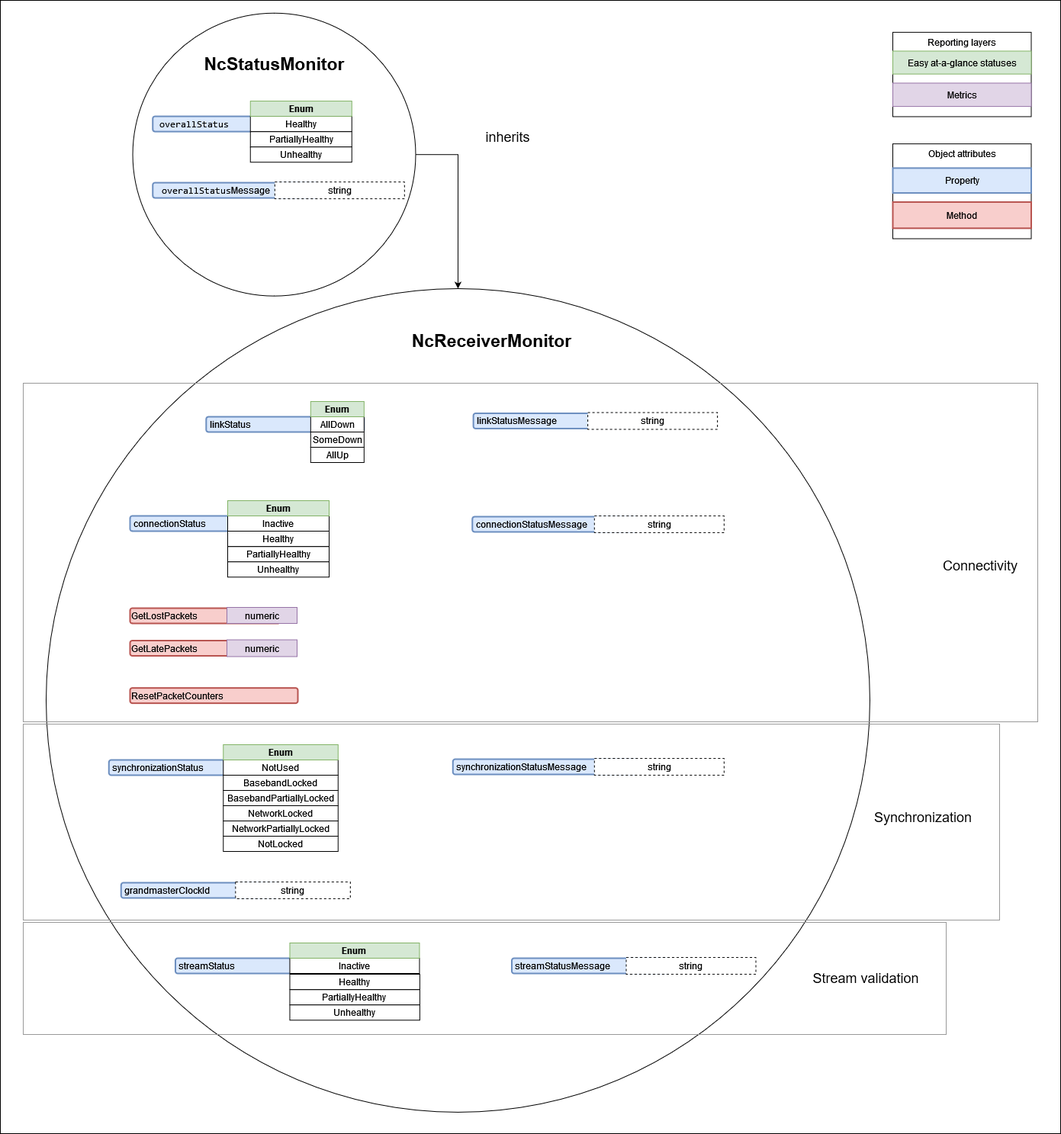
Earlier version of the draw.io export docs/images/receiver-model-minimal.png (AMWA-TV/bcp-008-01). Source tidied: cells renumbered, new cells last; positions are measured from the earlier drawing's top-left corner, leaving out a move shared by most shapes. The source it was exported from:
```xml
<mxGraphModel>
  <root>
    <mxCell id="0" />
    <mxCell id="1" parent="0" />
    <mxCell id="2" style="rounded=0;whiteSpace=wrap;html=1;" parent="1" vertex="1">
      <mxGeometry width="1390" height="1486" as="geometry" />
    </mxCell>
    <mxCell id="3" value="Reporting layers" style="rounded=0;whiteSpace=wrap;html=1;horizontal=1;verticalAlign=top;" parent="1" vertex="1">
      <mxGeometry x="1170" y="41.8" width="181.5" height="110.6" as="geometry" />
    </mxCell>
    <mxCell id="4" value="Easy at-a-glance statuses" style="rounded=0;whiteSpace=wrap;html=1;fillColor=#d5e8d4;strokeColor=#82b366;" parent="1" vertex="1">
      <mxGeometry x="1170" y="66.5" width="181.5" height="30.1" as="geometry" />
    </mxCell>
    <mxCell id="5" value="Metrics" style="rounded=0;whiteSpace=wrap;html=1;fillColor=#e1d5e7;strokeColor=#9673a6;" parent="1" vertex="1">
      <mxGeometry x="1170" y="108.5" width="181.5" height="30.6" as="geometry" />
    </mxCell>
    <mxCell id="6" value="Object attributes" style="rounded=0;whiteSpace=wrap;html=1;horizontal=1;verticalAlign=top;" parent="1" vertex="1">
      <mxGeometry x="1170" y="188.1" width="181.5" height="124.4" as="geometry" />
    </mxCell>
    <mxCell id="7" value="Property" style="rounded=0;whiteSpace=wrap;html=1;fillColor=#dae8fc;strokeColor=#6c8ebf;align=center;strokeWidth=2;" parent="1" vertex="1">
      <mxGeometry x="1170" y="219.9" width="181.5" height="32.6" as="geometry" />
    </mxCell>
    <mxCell id="8" value="Method" style="rounded=0;whiteSpace=wrap;html=1;fillColor=#f8cecc;strokeColor=#b85450;align=center;strokeWidth=2;" parent="1" vertex="1">
      <mxGeometry x="1170" y="264.5" width="181.5" height="34.4" as="geometry" />
    </mxCell>
    <mxCell id="9" style="ellipse;whiteSpace=wrap;html=1;" parent="1" vertex="1">
      <mxGeometry x="60" y="378" width="1079.9" height="1079.9" as="geometry" />
    </mxCell>
    <mxCell id="10" value="NcReceiverMonitor" style="text;html=1;strokeColor=none;fillColor=none;align=center;verticalAlign=middle;whiteSpace=wrap;rounded=0;strokeWidth=1;fontSize=23;fontStyle=1;" parent="1" vertex="1">
      <mxGeometry x="532.2" y="431.1" width="225.5" height="30" as="geometry" />
    </mxCell>
    <mxCell id="11" value="&amp;nbsp;linkStatus" style="rounded=1;whiteSpace=wrap;html=1;align=left;fillColor=#dae8fc;strokeColor=#6c8ebf;strokeWidth=2;" parent="1" vertex="1">
      <mxGeometry x="269.8" y="546" width="207" height="20" as="geometry" />
    </mxCell>
    <mxCell id="12" value="AllUp" style="rounded=0;whiteSpace=wrap;html=1;" parent="1" vertex="1">
      <mxGeometry x="406.8" y="586" width="70" height="20" as="geometry" />
    </mxCell>
    <mxCell id="13" value="AllDown" style="rounded=0;whiteSpace=wrap;html=1;" parent="1" vertex="1">
      <mxGeometry x="406.8" y="546" width="70" height="20" as="geometry" />
    </mxCell>
    <mxCell id="14" value="SomeDown" style="rounded=0;whiteSpace=wrap;html=1;" parent="1" vertex="1">
      <mxGeometry x="406.8" y="566" width="70" height="20" as="geometry" />
    </mxCell>
    <mxCell id="15" value="Enum" style="rounded=0;whiteSpace=wrap;html=1;fillColor=#d5e8d4;strokeColor=#82b366;fontStyle=1;" parent="1" vertex="1">
      <mxGeometry x="406.8" y="526" width="70" height="20" as="geometry" />
    </mxCell>
    <mxCell id="16" value="&amp;nbsp;connectionStatus" style="rounded=1;whiteSpace=wrap;html=1;align=left;fillColor=#dae8fc;strokeColor=#6c8ebf;strokeWidth=2;" parent="1" vertex="1">
      <mxGeometry x="170" y="676" width="198" height="20" as="geometry" />
    </mxCell>
    <mxCell id="17" value="Inactive" style="rounded=0;whiteSpace=wrap;html=1;" parent="1" vertex="1">
      <mxGeometry x="298" y="676" width="133" height="20" as="geometry" />
    </mxCell>
    <mxCell id="18" value="Healthy" style="rounded=0;whiteSpace=wrap;html=1;" parent="1" vertex="1">
      <mxGeometry x="298" y="696" width="133" height="20" as="geometry" />
    </mxCell>
    <mxCell id="19" value="Enum" style="rounded=0;whiteSpace=wrap;html=1;fillColor=#d5e8d4;strokeColor=#82b366;fontStyle=1;" parent="1" vertex="1">
      <mxGeometry x="298" y="656" width="133" height="20" as="geometry" />
    </mxCell>
    <mxCell id="20" value="PartiallyHealthy" style="rounded=0;whiteSpace=wrap;html=1;" parent="1" vertex="1">
      <mxGeometry x="298" y="716.2" width="133" height="20" as="geometry" />
    </mxCell>
    <mxCell id="21" value="Unhealthy" style="rounded=0;whiteSpace=wrap;html=1;" parent="1" vertex="1">
      <mxGeometry x="298" y="736.2" width="133" height="20" as="geometry" />
    </mxCell>
    <mxCell id="22" value="GetLostPackets" style="rounded=1;whiteSpace=wrap;html=1;align=left;fillColor=#f8cecc;strokeColor=#b85450;strokeWidth=2;" parent="1" vertex="1">
      <mxGeometry x="170" y="797" width="197" height="20" as="geometry" />
    </mxCell>
    <mxCell id="23" value="numeric" style="rounded=0;whiteSpace=wrap;html=1;fillColor=#e1d5e7;strokeColor=#9673a6;" parent="1" vertex="1">
      <mxGeometry x="297" y="796" width="92" height="21" as="geometry" />
    </mxCell>
    <mxCell id="24" value="GetLatePackets" style="rounded=1;whiteSpace=wrap;html=1;align=left;fillColor=#f8cecc;strokeColor=#b85450;strokeWidth=2;" parent="1" vertex="1">
      <mxGeometry x="170" y="839.5" width="197" height="20" as="geometry" />
    </mxCell>
    <mxCell id="25" value="numeric" style="rounded=0;whiteSpace=wrap;html=1;fillColor=#e1d5e7;strokeColor=#9673a6;" parent="1" vertex="1">
      <mxGeometry x="297" y="838.5" width="92" height="22" as="geometry" />
    </mxCell>
    <mxCell id="26" value="ResetPacketCounters" style="rounded=1;whiteSpace=wrap;html=1;align=left;fillColor=#f8cecc;strokeColor=#b85450;strokeWidth=2;" parent="1" vertex="1">
      <mxGeometry x="170" y="901.6" width="220" height="20" as="geometry" />
    </mxCell>
    <mxCell id="27" value="&amp;nbsp;streamStatus" style="rounded=1;whiteSpace=wrap;html=1;align=left;fillColor=#dae8fc;strokeColor=#6c8ebf;strokeWidth=2;" parent="1" vertex="1">
      <mxGeometry x="229.5" y="1256" width="207.5" height="20" as="geometry" />
    </mxCell>
    <mxCell id="28" value="Inactive" style="rounded=0;whiteSpace=wrap;html=1;" parent="1" vertex="1">
      <mxGeometry x="379.5" y="1256" width="170" height="20" as="geometry" />
    </mxCell>
    <mxCell id="29" value="Enum" style="rounded=0;whiteSpace=wrap;html=1;fillColor=#d5e8d4;strokeColor=#82b366;fontStyle=1;" parent="1" vertex="1">
      <mxGeometry x="379.5" y="1236" width="170" height="20" as="geometry" />
    </mxCell>
    <mxCell id="30" value="&amp;nbsp;streamStatusMessage" style="rounded=1;whiteSpace=wrap;html=1;align=left;fillColor=#dae8fc;strokeColor=#6c8ebf;strokeWidth=2;" parent="1" vertex="1">
      <mxGeometry x="670.5" y="1256" width="207.5" height="20" as="geometry" />
    </mxCell>
    <mxCell id="31" value="string" style="rounded=0;whiteSpace=wrap;html=1;dashed=1;" parent="1" vertex="1">
      <mxGeometry x="820.5" y="1255" width="170" height="22" as="geometry" />
    </mxCell>
    <mxCell id="32" value="&amp;nbsp;linkStatusMessage" style="rounded=1;whiteSpace=wrap;html=1;align=left;fillColor=#dae8fc;strokeColor=#6c8ebf;strokeWidth=2;" parent="1" vertex="1">
      <mxGeometry x="620.1" y="541.5" width="207.5" height="20" as="geometry" />
    </mxCell>
    <mxCell id="33" value="string" style="rounded=0;whiteSpace=wrap;html=1;dashed=1;" parent="1" vertex="1">
      <mxGeometry x="770.1" y="540.5" width="170" height="22" as="geometry" />
    </mxCell>
    <mxCell id="34" value="&amp;nbsp;connectionStatusMessage" style="rounded=1;whiteSpace=wrap;html=1;align=left;fillColor=#dae8fc;strokeColor=#6c8ebf;strokeWidth=2;" parent="1" vertex="1">
      <mxGeometry x="618.8" y="677" width="217.5" height="20" as="geometry" />
    </mxCell>
    <mxCell id="35" value="string" style="rounded=0;whiteSpace=wrap;html=1;dashed=1;" parent="1" vertex="1">
      <mxGeometry x="778.8" y="676" width="170" height="22" as="geometry" />
    </mxCell>
    <mxCell id="36" value="&amp;nbsp;synchronizationStatus" style="rounded=1;whiteSpace=wrap;html=1;align=left;fillColor=#dae8fc;strokeColor=#6c8ebf;strokeWidth=2;" parent="1" vertex="1">
      <mxGeometry x="142.3" y="996" width="207.5" height="20" as="geometry" />
    </mxCell>
    <mxCell id="37" value="NotUsed" style="rounded=0;whiteSpace=wrap;html=1;" parent="1" vertex="1">
      <mxGeometry x="292.3" y="996" width="150.5" height="20" as="geometry" />
    </mxCell>
    <mxCell id="38" value="Enum" style="rounded=0;whiteSpace=wrap;html=1;fillColor=#d5e8d4;strokeColor=#82b366;fontStyle=1;" parent="1" vertex="1">
      <mxGeometry x="292.3" y="976" width="150.5" height="20" as="geometry" />
    </mxCell>
    <mxCell id="39" value="NetworkLocked" style="rounded=0;whiteSpace=wrap;html=1;" parent="1" vertex="1">
      <mxGeometry x="292.3" y="1056" width="150.5" height="20" as="geometry" />
    </mxCell>
    <mxCell id="40" value="&amp;nbsp;grandmasterClockId" style="rounded=1;whiteSpace=wrap;html=1;align=left;fillColor=#dae8fc;strokeColor=#6c8ebf;strokeWidth=2;" parent="1" vertex="1">
      <mxGeometry x="158.3" y="1157" width="206.5" height="20" as="geometry" />
    </mxCell>
    <mxCell id="41" value="string" style="rounded=0;whiteSpace=wrap;html=1;dashed=1;" parent="1" vertex="1">
      <mxGeometry x="308.3" y="1156" width="150.5" height="22" as="geometry" />
    </mxCell>
    <mxCell id="42" value="BasebandLocked" style="rounded=0;whiteSpace=wrap;html=1;" parent="1" vertex="1">
      <mxGeometry x="292.3" y="1016" width="150.5" height="20" as="geometry" />
    </mxCell>
    <mxCell id="43" value="NotLocked" style="rounded=0;whiteSpace=wrap;html=1;" parent="1" vertex="1">
      <mxGeometry x="292.3" y="1096" width="150.5" height="20" as="geometry" />
    </mxCell>
    <mxCell id="44" value="NetworkPartiallyLocked" style="rounded=0;whiteSpace=wrap;html=1;" parent="1" vertex="1">
      <mxGeometry x="292.3" y="1076" width="150.5" height="20" as="geometry" />
    </mxCell>
    <mxCell id="45" value="BasebandPartiallyLocked" style="rounded=0;whiteSpace=wrap;html=1;" parent="1" vertex="1">
      <mxGeometry x="292.3" y="1036" width="150.5" height="20" as="geometry" />
    </mxCell>
    <mxCell id="46" value="&amp;nbsp;synchronizationStatusMessage" style="rounded=1;whiteSpace=wrap;html=1;align=left;fillColor=#dae8fc;strokeColor=#6c8ebf;strokeWidth=2;" parent="1" vertex="1">
      <mxGeometry x="593.3" y="995" width="243" height="20" as="geometry" />
    </mxCell>
    <mxCell id="47" value="string" style="rounded=0;whiteSpace=wrap;html=1;dashed=1;" parent="1" vertex="1">
      <mxGeometry x="778.8" y="994" width="170" height="22" as="geometry" />
    </mxCell>
    <mxCell id="48" style="edgeStyle=orthogonalEdgeStyle;rounded=0;jettySize=auto;html=1;exitX=1;exitY=0.5;exitDx=0;exitDy=0;" parent="1" edge="1" source="49" target="9">
      <mxGeometry relative="1" as="geometry" />
    </mxCell>
    <mxCell id="49" style="ellipse;whiteSpace=wrap;html=1;" parent="1" vertex="1">
      <mxGeometry x="173.5" y="16.7" width="370.9" height="370.9" as="geometry" />
    </mxCell>
    <mxCell id="50" value="NcStatusMonitor" style="text;html=1;strokeColor=none;fillColor=none;align=center;verticalAlign=middle;whiteSpace=wrap;rounded=0;strokeWidth=1;fontSize=23;fontStyle=1;" parent="1" vertex="1">
      <mxGeometry x="297.5" y="68.1" width="123" height="30" as="geometry" />
    </mxCell>
    <mxCell id="51" value="&lt;pre class=&quot;highlight&quot;&gt;&lt;code&gt;&lt;span class=&quot;nx&quot;&gt; overallStatus&lt;/span&gt;&lt;span class=&quot;p&quot;&gt;&lt;/span&gt;&lt;/code&gt;&lt;/pre&gt;" style="rounded=1;whiteSpace=wrap;html=1;align=left;fillColor=#dae8fc;strokeColor=#6c8ebf;strokeWidth=2;" parent="1" vertex="1">
      <mxGeometry x="199.8" y="152.1" width="198" height="20" as="geometry" />
    </mxCell>
    <mxCell id="52" value="Healthy" style="rounded=0;whiteSpace=wrap;html=1;" parent="1" vertex="1">
      <mxGeometry x="327.8" y="151.9" width="133" height="20" as="geometry" />
    </mxCell>
    <mxCell id="53" value="Enum" style="rounded=0;whiteSpace=wrap;html=1;fillColor=#d5e8d4;strokeColor=#82b366;fontStyle=1;" parent="1" vertex="1">
      <mxGeometry x="327.8" y="132.1" width="133" height="20" as="geometry" />
    </mxCell>
    <mxCell id="54" value="PartiallyHealthy" style="rounded=0;whiteSpace=wrap;html=1;" parent="1" vertex="1">
      <mxGeometry x="327.8" y="172.2" width="133" height="20" as="geometry" />
    </mxCell>
    <mxCell id="55" value="Unhealthy" style="rounded=0;whiteSpace=wrap;html=1;" parent="1" vertex="1">
      <mxGeometry x="327.8" y="192.2" width="133" height="20" as="geometry" />
    </mxCell>
    <mxCell id="56" value="&lt;span style=&quot;font-weight: normal;&quot;&gt;&lt;font style=&quot;font-size: 18px;&quot;&gt;inherits&lt;/font&gt;&lt;/span&gt;" style="text;html=1;strokeColor=none;fillColor=none;align=center;verticalAlign=middle;whiteSpace=wrap;rounded=0;strokeWidth=1;fontSize=23;fontStyle=1;" parent="1" vertex="1">
      <mxGeometry x="603.5" y="162.2" width="123" height="30" as="geometry" />
    </mxCell>
    <mxCell id="57" value="Healthy" style="rounded=0;whiteSpace=wrap;html=1;" parent="1" vertex="1">
      <mxGeometry x="379.5" y="1277" width="170.4" height="20" as="geometry" />
    </mxCell>
    <mxCell id="58" value="PartiallyHealthy" style="rounded=0;whiteSpace=wrap;html=1;" parent="1" vertex="1">
      <mxGeometry x="379.5" y="1297.2" width="170.4" height="20" as="geometry" />
    </mxCell>
    <mxCell id="59" value="Unhealthy" style="rounded=0;whiteSpace=wrap;html=1;" parent="1" vertex="1">
      <mxGeometry x="379.5" y="1317.2" width="170.4" height="20" as="geometry" />
    </mxCell>
    <mxCell id="60" value="&amp;nbsp;&lt;code&gt; &lt;span class=&quot;nx&quot;&gt;overallStatus&lt;/span&gt;&lt;span class=&quot;p&quot;&gt;&lt;/span&gt;&lt;/code&gt;Message" style="rounded=1;whiteSpace=wrap;html=1;align=left;fillColor=#dae8fc;strokeColor=#6c8ebf;strokeWidth=2;" parent="1" vertex="1">
      <mxGeometry x="199.8" y="239.1" width="217.5" height="20" as="geometry" />
    </mxCell>
    <mxCell id="61" value="string" style="rounded=0;whiteSpace=wrap;html=1;dashed=1;" parent="1" vertex="1">
      <mxGeometry x="359.8" y="238.1" width="170" height="22" as="geometry" />
    </mxCell>
    <mxCell id="62" style="rounded=0;whiteSpace=wrap;html=1;fillStyle=hatch;fillColor=none;strokeColor=#999999;" parent="1" vertex="1">
      <mxGeometry x="30" y="502" width="1330" height="444" as="geometry" />
    </mxCell>
    <mxCell id="63" value="Synchronization" style="text;html=1;align=center;verticalAlign=middle;whiteSpace=wrap;rounded=0;fontSize=18;" parent="1" vertex="1">
      <mxGeometry x="1155" y="1056" width="110" height="30" as="geometry" />
    </mxCell>
    <mxCell id="64" style="rounded=0;whiteSpace=wrap;html=1;fillStyle=hatch;fillColor=none;strokeColor=#999999;" parent="1" vertex="1">
      <mxGeometry x="30" y="949" width="1280" height="257" as="geometry" />
    </mxCell>
    <mxCell id="65" value="Connectivity" style="text;html=1;align=center;verticalAlign=middle;whiteSpace=wrap;rounded=0;fontSize=18;" parent="1" vertex="1">
      <mxGeometry x="1230" y="726.2" width="110" height="30" as="geometry" />
    </mxCell>
    <mxCell id="66" value="Stream validation" style="text;html=1;align=center;verticalAlign=middle;whiteSpace=wrap;rounded=0;fontSize=18;" parent="1" vertex="1">
      <mxGeometry x="1060" y="1267" width="150" height="30" as="geometry" />
    </mxCell>
    <mxCell id="67" style="rounded=0;whiteSpace=wrap;html=1;fillStyle=hatch;fillColor=none;strokeColor=#999999;" parent="1" vertex="1">
      <mxGeometry x="30" y="1209" width="1210" height="147" as="geometry" />
    </mxCell>
  </root>
</mxGraphModel>
```
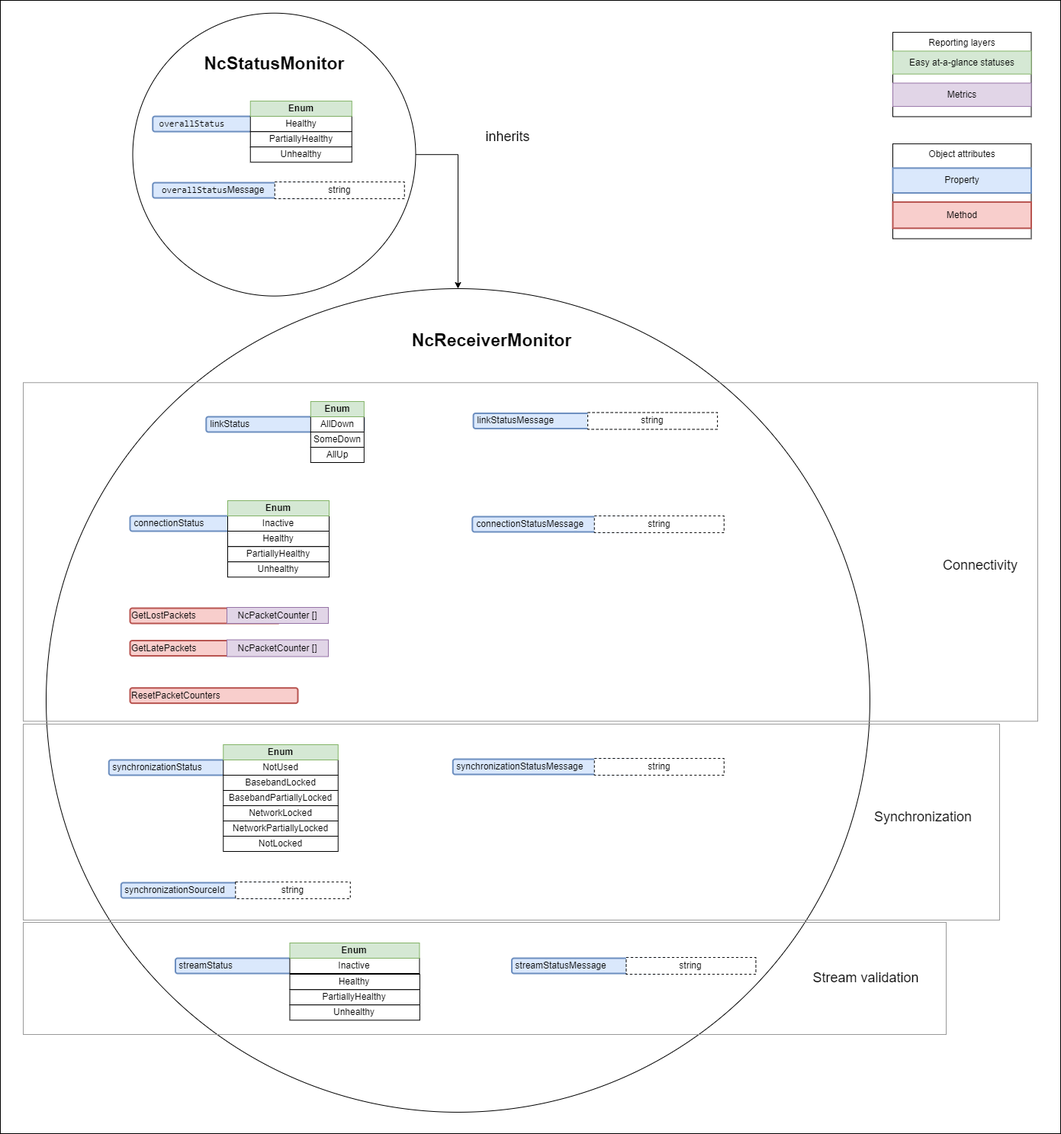
Later version of the same file.

Commit message:
Rename grandmasterClockId to synchronizationSourceId and change packet counter responses to arrays

Diff of the diagram source:
```diff
@@ -65,14 +65,14 @@
     <mxCell id="22" value="GetLostPackets" style="rounded=1;whiteSpace=wrap;html=1;align=left;fillColor=#f8cecc;strokeColor=#b85450;strokeWidth=2;" parent="1" vertex="1">
       <mxGeometry x="170" y="797" width="197" height="20" as="geometry" />
     </mxCell>
-    <mxCell id="23" value="numeric" style="rounded=0;whiteSpace=wrap;html=1;fillColor=#e1d5e7;strokeColor=#9673a6;" parent="1" vertex="1">
-      <mxGeometry x="297" y="796" width="92" height="21" as="geometry" />
+    <mxCell id="23" value="NcPacketCounter []" style="rounded=0;whiteSpace=wrap;html=1;fillColor=#e1d5e7;strokeColor=#9673a6;" parent="1" vertex="1">
+      <mxGeometry x="297" y="796" width="133" height="21" as="geometry" />
     </mxCell>
     <mxCell id="24" value="GetLatePackets" style="rounded=1;whiteSpace=wrap;html=1;align=left;fillColor=#f8cecc;strokeColor=#b85450;strokeWidth=2;" parent="1" vertex="1">
       <mxGeometry x="170" y="839.5" width="197" height="20" as="geometry" />
     </mxCell>
-    <mxCell id="25" value="numeric" style="rounded=0;whiteSpace=wrap;html=1;fillColor=#e1d5e7;strokeColor=#9673a6;" parent="1" vertex="1">
-      <mxGeometry x="297" y="838.5" width="92" height="22" as="geometry" />
+    <mxCell id="25" value="NcPacketCounter []" style="rounded=0;whiteSpace=wrap;html=1;fillColor=#e1d5e7;strokeColor=#9673a6;" parent="1" vertex="1">
+      <mxGeometry x="297" y="838.5" width="133" height="22" as="geometry" />
     </mxCell>
     <mxCell id="26" value="ResetPacketCounters" style="rounded=1;whiteSpace=wrap;html=1;align=left;fillColor=#f8cecc;strokeColor=#b85450;strokeWidth=2;" parent="1" vertex="1">
       <mxGeometry x="170" y="901.6" width="220" height="20" as="geometry" />
@@ -116,7 +116,7 @@
     <mxCell id="39" value="NetworkLocked" style="rounded=0;whiteSpace=wrap;html=1;" parent="1" vertex="1">
       <mxGeometry x="292.3" y="1056" width="150.5" height="20" as="geometry" />
     </mxCell>
-    <mxCell id="40" value="&amp;nbsp;grandmasterClockId" style="rounded=1;whiteSpace=wrap;html=1;align=left;fillColor=#dae8fc;strokeColor=#6c8ebf;strokeWidth=2;" parent="1" vertex="1">
+    <mxCell id="40" value="&amp;nbsp;synchronizationSourceId" style="rounded=1;whiteSpace=wrap;html=1;align=left;fillColor=#dae8fc;strokeColor=#6c8ebf;strokeWidth=2;" parent="1" vertex="1">
       <mxGeometry x="158.3" y="1157" width="206.5" height="20" as="geometry" />
     </mxCell>
     <mxCell id="41" value="string" style="rounded=0;whiteSpace=wrap;html=1;dashed=1;" parent="1" vertex="1">
@@ -183,7 +183,7 @@
       <mxGeometry x="359.8" y="238.1" width="170" height="22" as="geometry" />
     </mxCell>
     <mxCell id="62" style="rounded=0;whiteSpace=wrap;html=1;fillStyle=hatch;fillColor=none;strokeColor=#999999;" parent="1" vertex="1">
-      <mxGeometry x="30" y="502" width="1330" height="444" as="geometry" />
+      <mxGeometry x="30" y="501.2" width="1330" height="444" as="geometry" />
     </mxCell>
     <mxCell id="63" value="Synchronization" style="text;html=1;align=center;verticalAlign=middle;whiteSpace=wrap;rounded=0;fontSize=18;" parent="1" vertex="1">
       <mxGeometry x="1155" y="1056" width="110" height="30" as="geometry" />
```
